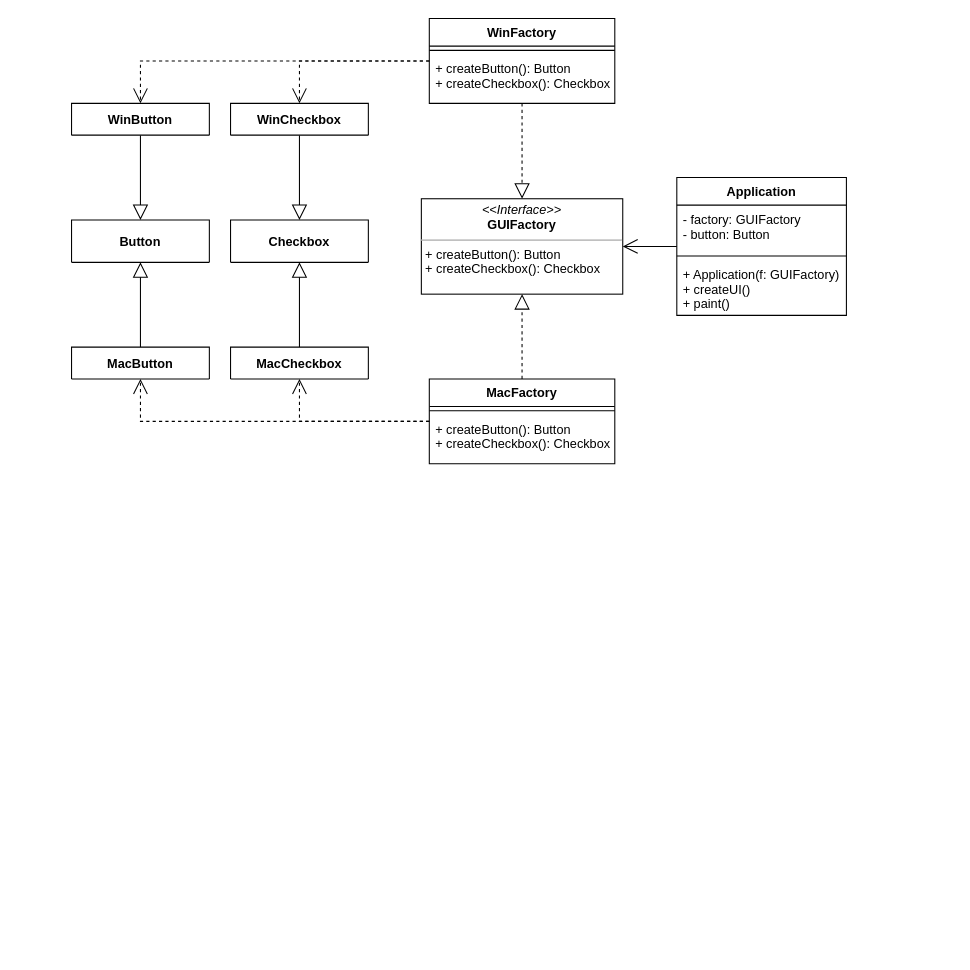
Earlier version of the draw.io diagram page "Abstract Factory" (2 of 5) of patrones_creacionales/Diagrama sin título.drawio (estebansalas18/Patrones-GoF). Source tidied: cells renumbered, new cells numbered last; positions are measured from the earlier drawing's top-left corner, leaving out a move shared by most shapes. Both pictures are drawn from the tidied source at 106%, with x=0, y=0 at pixel (71, 18).
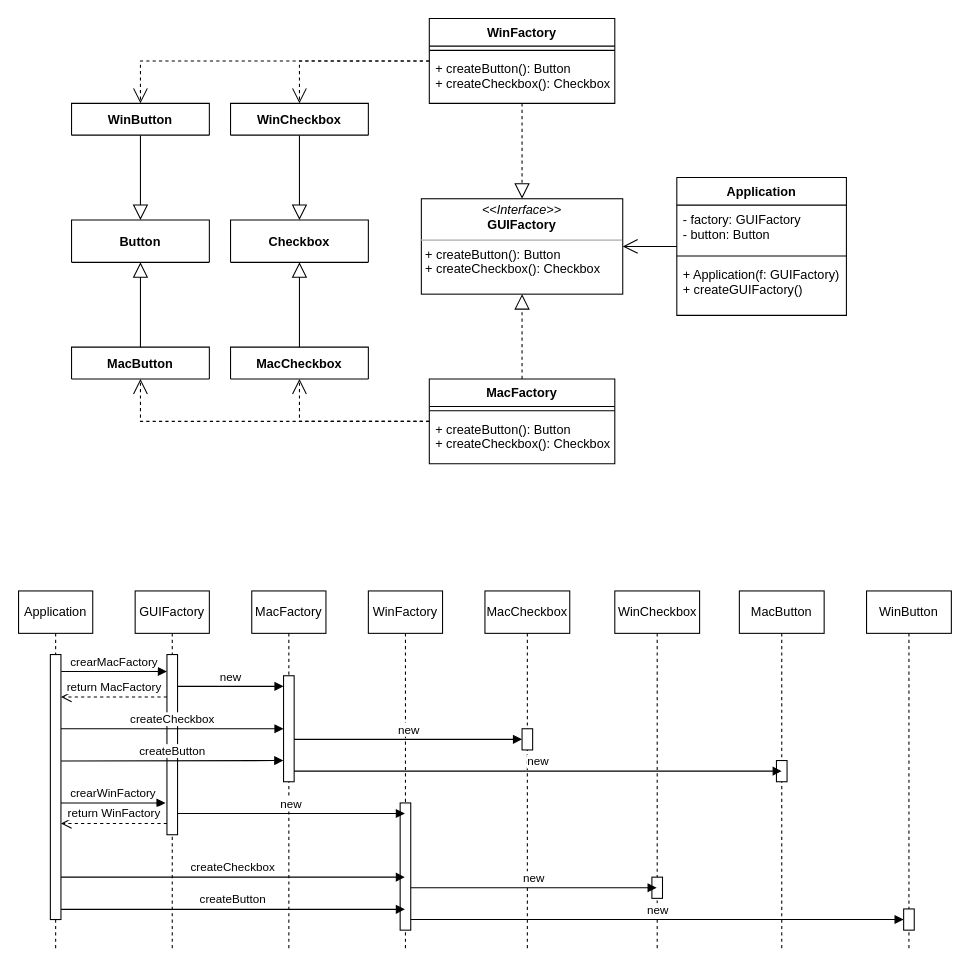
The same diagram, later.

The change refers to these unchanged cells:
```xml
<mxCell id="3" value="Application" style="swimlane;fontStyle=1;align=center;verticalAlign=top;horizontal=1;startSize=26;" parent="1" vertex="1">
  <mxGeometry x="571" y="150" width="160" height="130" as="geometry" />
</mxCell>
```

Change to the diagram source:
```diff
@@
-    <mxCell id="6" value="+ Application(f: GUIFactory)&#10;+ createUI()&#10;+ paint()" style="text;strokeColor=none;fillColor=none;align=left;verticalAlign=top;spacingLeft=4;spacingRight=4;overflow=hidden;" parent="3" vertex="1">
+    <mxCell id="6" value="+ Application(f: GUIFactory)&#10;+ createGUIFactory()" style="text;strokeColor=none;fillColor=none;align=left;verticalAlign=top;spacingLeft=4;spacingRight=4;overflow=hidden;" parent="3" vertex="1">
       <mxGeometry y="78" width="160" height="52" as="geometry" />
     </mxCell>
@@
+    <mxCell id="30" value="Application" style="shape=umlLifeline;perimeter=lifelinePerimeter;whiteSpace=wrap;html=1;" parent="1" vertex="1">
+      <mxGeometry x="-50" y="540" width="70" height="340" as="geometry" />
+    </mxCell>
+    <mxCell id="31" style="html=1;points=[];perimeter=orthogonalPerimeter;" parent="30" vertex="1">
+      <mxGeometry x="30" y="60" width="10" height="250" as="geometry" />
+    </mxCell>
+    <mxCell id="32" value="GUIFactory" style="shape=umlLifeline;perimeter=lifelinePerimeter;whiteSpace=wrap;html=1;" parent="1" vertex="1">
+      <mxGeometry x="60" y="540" width="70" height="340" as="geometry" />
+    </mxCell>
+    <mxCell id="33" style="html=1;points=[];perimeter=orthogonalPerimeter;" parent="32" vertex="1">
+      <mxGeometry x="30" y="60" width="10" height="170" as="geometry" />
+    </mxCell>
+    <mxCell id="34" value="crearWinFactory" style="html=1;verticalAlign=bottom;endArrow=block;rounded=0;entryX=-0.1;entryY=0.062;entryDx=0;entryDy=0;entryPerimeter=0;" parent="32" edge="1" source="31">
+      <mxGeometry relative="1" as="geometry">
+        <mxPoint x="28.7" y="200" as="targetPoint" />
+      </mxGeometry>
+    </mxCell>
+    <mxCell id="35" value="return WinFactory" style="html=1;verticalAlign=bottom;endArrow=open;dashed=1;endSize=8;rounded=0;exitX=0;exitY=0.25;exitDx=0;exitDy=0;exitPerimeter=0;" parent="32" edge="1">
+      <mxGeometry relative="1" as="geometry">
+        <mxPoint x="30" y="219.4" as="sourcePoint" />
+        <mxPoint x="-70" y="219.4" as="targetPoint" />
+      </mxGeometry>
+    </mxCell>
+    <mxCell id="36" value="new" style="html=1;verticalAlign=bottom;endArrow=block;rounded=0;" parent="32" edge="1" target="41">
+      <mxGeometry relative="1" as="geometry">
+        <mxPoint x="40" y="90" as="sourcePoint" />
+      </mxGeometry>
+    </mxCell>
+    <mxCell id="37" value="return MacFactory" style="html=1;verticalAlign=bottom;endArrow=open;dashed=1;endSize=8;rounded=0;" parent="32" edge="1" source="33">
+      <mxGeometry relative="1" as="geometry">
+        <mxPoint x="-70" y="100" as="targetPoint" />
+      </mxGeometry>
+    </mxCell>
+    <mxCell id="38" value="WinFactory" style="shape=umlLifeline;perimeter=lifelinePerimeter;whiteSpace=wrap;html=1;outlineConnect=0;" parent="1" vertex="1">
+      <mxGeometry x="280" y="540" width="70" height="340" as="geometry" />
+    </mxCell>
+    <mxCell id="39" style="html=1;points=[];perimeter=orthogonalPerimeter;" parent="38" vertex="1">
+      <mxGeometry x="30" y="200" width="10" height="120" as="geometry" />
+    </mxCell>
+    <mxCell id="40" value="MacFactory" style="shape=umlLifeline;perimeter=lifelinePerimeter;whiteSpace=wrap;html=1;" parent="1" vertex="1">
+      <mxGeometry x="170" y="540" width="70" height="340" as="geometry" />
+    </mxCell>
+    <mxCell id="41" style="html=1;points=[];perimeter=orthogonalPerimeter;" parent="40" vertex="1">
+      <mxGeometry x="30" y="80" width="10" height="100" as="geometry" />
+    </mxCell>
+    <mxCell id="42" value="createButton" style="html=1;verticalAlign=bottom;endArrow=block;rounded=0;" parent="40" edge="1">
+      <mxGeometry relative="1" as="geometry">
+        <mxPoint x="-179.8" y="160.4" as="sourcePoint" />
+        <mxPoint x="29.8" y="160" as="targetPoint" />
+      </mxGeometry>
+    </mxCell>
+    <mxCell id="43" value="MacCheckbox" style="shape=umlLifeline;perimeter=lifelinePerimeter;whiteSpace=wrap;html=1;" parent="1" vertex="1">
+      <mxGeometry x="390" y="540" width="80" height="340" as="geometry" />
+    </mxCell>
+    <mxCell id="44" style="html=1;points=[];perimeter=orthogonalPerimeter;" parent="43" vertex="1">
+      <mxGeometry x="35" y="130" width="10" height="20" as="geometry" />
+    </mxCell>
+    <mxCell id="45" value="WinCheckbox" style="shape=umlLifeline;perimeter=lifelinePerimeter;whiteSpace=wrap;html=1;outlineConnect=0;" parent="1" vertex="1">
+      <mxGeometry x="512.5" y="540" width="80" height="340" as="geometry" />
+    </mxCell>
+    <mxCell id="46" style="html=1;perimeter=orthogonalPerimeter;" parent="45" vertex="1">
+      <mxGeometry x="35" y="270" width="10" height="20" as="geometry" />
+    </mxCell>
+    <mxCell id="47" value="MacButton" style="shape=umlLifeline;perimeter=lifelinePerimeter;whiteSpace=wrap;html=1;" parent="1" vertex="1">
+      <mxGeometry x="630" y="540" width="80" height="340" as="geometry" />
+    </mxCell>
+    <mxCell id="48" style="html=1;perimeter=orthogonalPerimeter;" parent="47" vertex="1">
+      <mxGeometry x="35" y="160" width="10" height="20" as="geometry" />
+    </mxCell>
+    <mxCell id="49" value="WinButton" style="shape=umlLifeline;perimeter=lifelinePerimeter;whiteSpace=wrap;html=1;" parent="1" vertex="1">
+      <mxGeometry x="750" y="540" width="80" height="340" as="geometry" />
+    </mxCell>
+    <mxCell id="50" style="html=1;points=[];perimeter=orthogonalPerimeter;" parent="49" vertex="1">
+      <mxGeometry x="35" y="300" width="10" height="20" as="geometry" />
+    </mxCell>
+    <mxCell id="51" value="crearMacFactory" style="html=1;verticalAlign=bottom;endArrow=block;rounded=0;exitX=1.033;exitY=0.064;exitDx=0;exitDy=0;exitPerimeter=0;" parent="1" edge="1" source="31" target="33">
+      <mxGeometry relative="1" as="geometry" />
+    </mxCell>
+    <mxCell id="52" value="createCheckbox" style="html=1;verticalAlign=bottom;endArrow=block;rounded=0;" parent="1" edge="1" source="31">
+      <mxGeometry relative="1" as="geometry">
+        <mxPoint x="200" y="670" as="targetPoint" />
+        <Array as="points">
+          <mxPoint x="150" y="670" />
+        </Array>
+      </mxGeometry>
+    </mxCell>
+    <mxCell id="53" value="new" style="html=1;verticalAlign=bottom;endArrow=block;rounded=0;" parent="1" edge="1" target="44">
+      <mxGeometry relative="1" as="geometry">
+        <mxPoint x="210" y="680" as="sourcePoint" />
+      </mxGeometry>
+    </mxCell>
+    <mxCell id="54" value="new" style="html=1;verticalAlign=bottom;endArrow=block;rounded=0;" parent="1" edge="1">
+      <mxGeometry relative="1" as="geometry">
+        <mxPoint x="210" y="710" as="sourcePoint" />
+        <mxPoint x="670" y="710" as="targetPoint" />
+      </mxGeometry>
+    </mxCell>
+    <mxCell id="55" value="createButton" style="html=1;verticalAlign=bottom;endArrow=block;rounded=0;" parent="1" edge="1" target="38">
+      <mxGeometry relative="1" as="geometry">
+        <mxPoint x="-9.8" y="840.4" as="sourcePoint" />
+      </mxGeometry>
+    </mxCell>
+    <mxCell id="56" value="createCheckbox" style="html=1;verticalAlign=bottom;endArrow=block;rounded=0;" parent="1" edge="1" target="38">
+      <mxGeometry relative="1" as="geometry">
+        <mxPoint x="-10" y="810" as="sourcePoint" />
+      </mxGeometry>
+    </mxCell>
+    <mxCell id="57" value="new" style="html=1;verticalAlign=bottom;endArrow=block;rounded=0;" parent="1" edge="1" target="38">
+      <mxGeometry relative="1" as="geometry">
+        <mxPoint x="100" y="750" as="sourcePoint" />
+      </mxGeometry>
+    </mxCell>
+    <mxCell id="58" value="new" style="html=1;verticalAlign=bottom;endArrow=block;rounded=0;exitX=1;exitY=0.667;exitDx=0;exitDy=0;exitPerimeter=0;" parent="1" edge="1" source="39" target="45">
+      <mxGeometry relative="1" as="geometry" />
+    </mxCell>
+    <mxCell id="59" value="new" style="html=1;verticalAlign=bottom;endArrow=block;rounded=0;" parent="1" edge="1" target="50">
+      <mxGeometry relative="1" as="geometry">
+        <mxPoint x="320" y="850" as="sourcePoint" />
+      </mxGeometry>
+    </mxCell>
```
